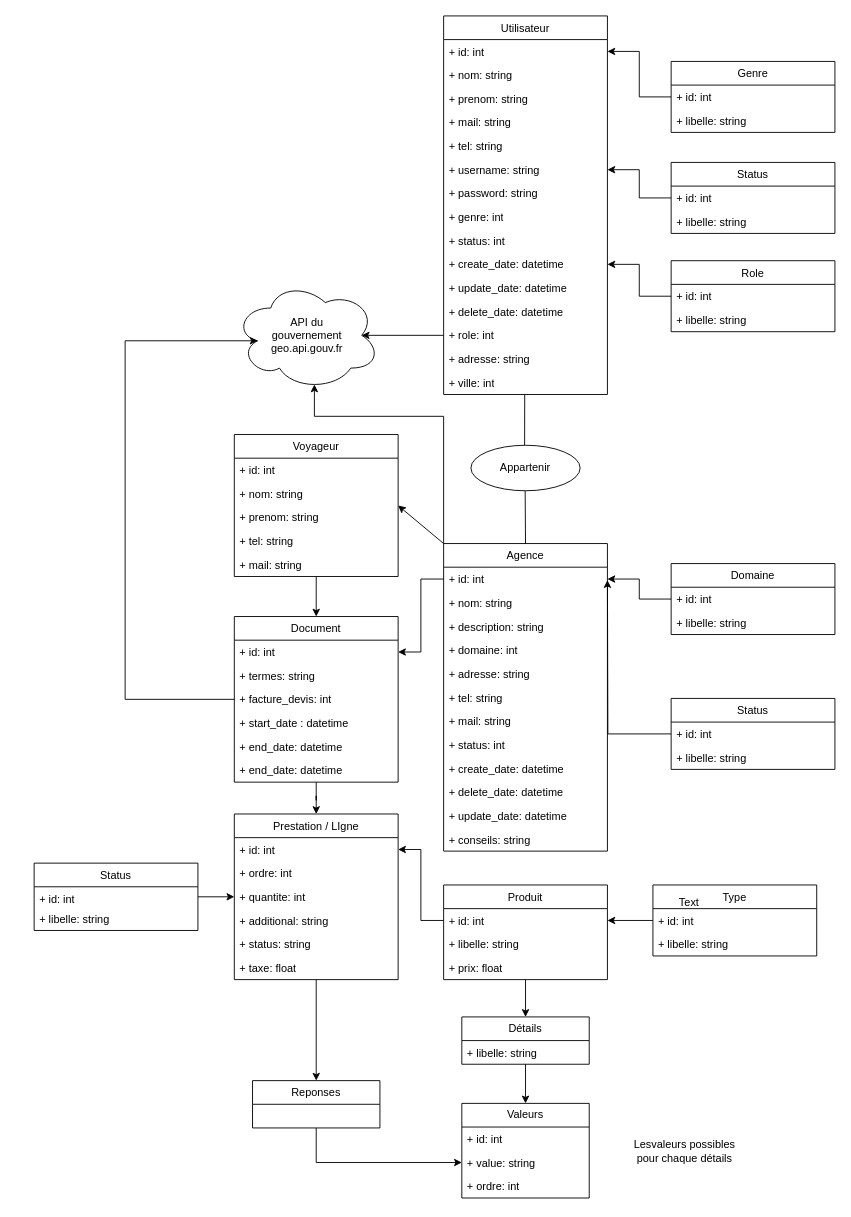
Above: page "Schéma de BDD (non normé tkt)" (1 of 3) of .docs/UML/DDC.drawio in RafaelCoppe/Challenge-S1-4iw2_rattrapage (draw.io), before the change. Source tidied: cells renumbered, new cells numbered last; positions are measured from the earlier drawing's top-left corner, leaving out a move shared by most shapes. Both pictures are drawn from the tidied source at 91%, with x=0, y=0 at pixel (34, 15).
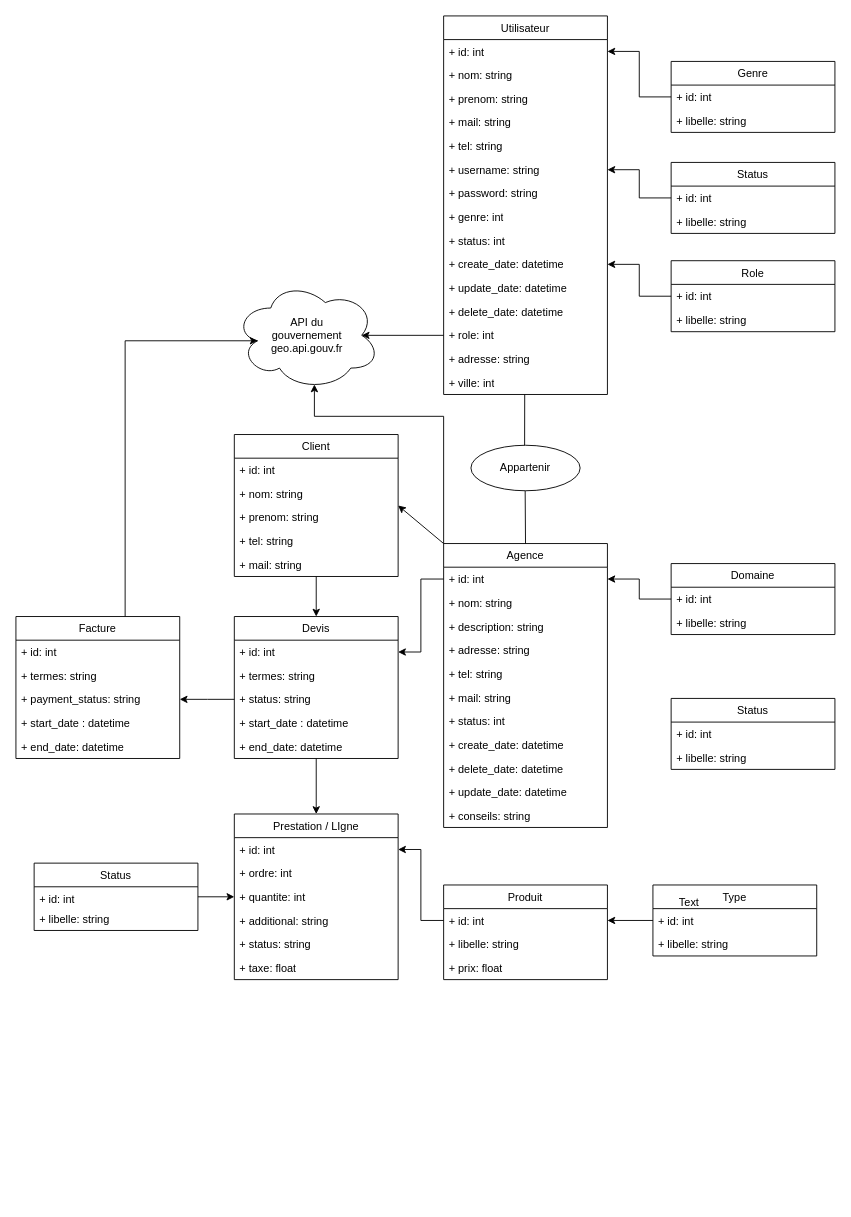
The same diagram, later.

Unchanged cells that the change refers to:
```xml
<mxCell id="61" value="Status" style="swimlane;fontStyle=0;horizontal=1;startSize=26;fillColor=none;" parent="1" vertex="1">
  <mxGeometry x="700" y="750" width="180" height="78" as="geometry" />
</mxCell>
<mxCell id="63" value="+ id: int" style="text;strokeColor=none;fillColor=none;align=left;verticalAlign=top;spacingLeft=4;spacingRight=4;overflow=hidden;points=[[0,0.5],[1,0.5]];portConstraint=eastwest;whiteSpace=wrap;html=1;" parent="61" vertex="1">
  <mxGeometry y="26" width="180" height="26" as="geometry" />
</mxCell>
<mxCell id="65" style="ellipse;shape=cloud;whiteSpace=wrap;html=1;" parent="1" vertex="1">
  <mxGeometry x="220" y="291" width="160" height="120" as="geometry" />
</mxCell>
<mxCell id="68" value="Prestation / LIgne" style="swimlane;fontStyle=0;horizontal=1;startSize=26;fillColor=none;" parent="1" vertex="1">
  <mxGeometry x="220" y="877" width="180" height="182" as="geometry" />
</mxCell>
<mxCell id="87" value="Produit" style="swimlane;fontStyle=0;horizontal=1;startSize=26;fillColor=none;" parent="1" vertex="1">
  <mxGeometry x="450" y="955" width="180" height="104" as="geometry" />
</mxCell>
```

The edit, as a diff of the source:
```diff
@@
     <mxCell id="2" value="Agence" style="swimlane;fontStyle=0;horizontal=1;startSize=26;fillColor=none;" parent="1" vertex="1">
-      <mxGeometry x="450" y="579.8" width="180" height="338" as="geometry" />
+      <mxGeometry x="450" y="579.8" width="180" height="312" as="geometry" />
     </mxCell>
@@
-    <mxCell id="6" value="&lt;div&gt;+ domaine: int&lt;/div&gt;&lt;div&gt;&lt;br&gt;&lt;/div&gt;" style="text;strokeColor=none;fillColor=none;align=left;verticalAlign=top;spacingLeft=4;spacingRight=4;overflow=hidden;whiteSpace=wrap;html=1;" parent="2" vertex="1">
-      <mxGeometry y="104" width="180" height="26" as="geometry" />
-    </mxCell>
     <mxCell id="7" value="&lt;div&gt;+ adresse: string&lt;/div&gt;&lt;div&gt;&lt;br&gt;&lt;/div&gt;" style="text;strokeColor=none;fillColor=none;align=left;verticalAlign=top;spacingLeft=4;spacingRight=4;overflow=hidden;whiteSpace=wrap;html=1;" parent="2" vertex="1">
-      <mxGeometry y="130" width="180" height="26" as="geometry" />
+      <mxGeometry y="104" width="180" height="26" as="geometry" />
     </mxCell>
     <mxCell id="8" value="&lt;div&gt;+ tel: string&lt;/div&gt;&lt;div&gt;&lt;br&gt;&lt;/div&gt;" style="text;strokeColor=none;fillColor=none;align=left;verticalAlign=top;spacingLeft=4;spacingRight=4;overflow=hidden;whiteSpace=wrap;html=1;" parent="2" vertex="1">
-      <mxGeometry y="156" width="180" height="26" as="geometry" />
+      <mxGeometry y="130" width="180" height="26" as="geometry" />
     </mxCell>
     <mxCell id="9" value="&lt;div&gt;+ mail: string&lt;/div&gt;&lt;div&gt;&lt;br&gt;&lt;/div&gt;" style="text;strokeColor=none;fillColor=none;align=left;verticalAlign=top;spacingLeft=4;spacingRight=4;overflow=hidden;whiteSpace=wrap;html=1;" parent="2" vertex="1">
-      <mxGeometry y="182" width="180" height="26" as="geometry" />
+      <mxGeometry y="156" width="180" height="26" as="geometry" />
     </mxCell>
     <mxCell id="10" value="&lt;div&gt;+ status: int&lt;/div&gt;&lt;div&gt;&lt;br&gt;&lt;/div&gt;" style="text;strokeColor=none;fillColor=none;align=left;verticalAlign=top;spacingLeft=4;spacingRight=4;overflow=hidden;whiteSpace=wrap;html=1;" parent="2" vertex="1">
-      <mxGeometry y="208" width="180" height="26" as="geometry" />
+      <mxGeometry y="182" width="180" height="26" as="geometry" />
     </mxCell>
     <mxCell id="11" value="+ create_date: datetime" style="text;strokeColor=none;fillColor=none;align=left;verticalAlign=top;spacingLeft=4;spacingRight=4;overflow=hidden;whiteSpace=wrap;html=1;" parent="2" vertex="1">
-      <mxGeometry y="234" width="180" height="26" as="geometry" />
+      <mxGeometry y="208" width="180" height="26" as="geometry" />
     </mxCell>
     <mxCell id="12" value="+ delete_date: datetime" style="text;strokeColor=none;fillColor=none;align=left;verticalAlign=top;spacingLeft=4;spacingRight=4;overflow=hidden;whiteSpace=wrap;html=1;" parent="2" vertex="1">
-      <mxGeometry y="260" width="180" height="26" as="geometry" />
+      <mxGeometry y="234" width="180" height="26" as="geometry" />
     </mxCell>
     <mxCell id="13" value="+ update_date: datetime" style="text;strokeColor=none;fillColor=none;align=left;verticalAlign=top;spacingLeft=4;spacingRight=4;overflow=hidden;whiteSpace=wrap;html=1;" parent="2" vertex="1">
-      <mxGeometry y="286" width="180" height="26" as="geometry" />
+      <mxGeometry y="260" width="180" height="26" as="geometry" />
     </mxCell>
     <mxCell id="14" value="+ conseils: string" style="text;strokeColor=none;fillColor=none;align=left;verticalAlign=top;spacingLeft=4;spacingRight=4;overflow=hidden;whiteSpace=wrap;html=1;" parent="2" vertex="1">
-      <mxGeometry y="312" width="180" height="26" as="geometry" />
+      <mxGeometry y="286" width="180" height="26" as="geometry" />
     </mxCell>
@@
-    <mxCell id="16" value="Document" style="swimlane;fontStyle=0;horizontal=1;startSize=26;fillColor=none;" parent="1" vertex="1">
-      <mxGeometry x="220" y="660" width="180" height="182" as="geometry" />
+    <mxCell id="16" value="Devis" style="swimlane;fontStyle=0;horizontal=1;startSize=26;fillColor=none;" parent="1" vertex="1">
+      <mxGeometry x="220" y="660" width="180" height="156" as="geometry" />
     </mxCell>
@@
-    <mxCell id="19" value="&lt;div&gt;+ facture_devis: int&lt;br&gt;&lt;/div&gt;&lt;div&gt;&lt;br&gt;&lt;/div&gt;" style="text;strokeColor=none;fillColor=none;align=left;verticalAlign=top;spacingLeft=4;spacingRight=4;overflow=hidden;points=[[0,0.5],[1,0.5]];portConstraint=eastwest;whiteSpace=wrap;html=1;" parent="16" vertex="1">
+    <mxCell id="19" value="&lt;div&gt;+ status: string&lt;/div&gt;" style="text;strokeColor=none;fillColor=none;align=left;verticalAlign=top;spacingLeft=4;spacingRight=4;overflow=hidden;points=[[0,0.5],[1,0.5]];portConstraint=eastwest;whiteSpace=wrap;html=1;" parent="16" vertex="1">
       <mxGeometry y="78" width="180" height="26" as="geometry" />
     </mxCell>
@@
-    <mxCell id="22" value="&lt;div&gt;+ end_date: datetime&lt;br&gt;&lt;/div&gt;&lt;div&gt;&lt;br&gt;&lt;/div&gt;" style="text;strokeColor=none;fillColor=none;align=left;verticalAlign=top;spacingLeft=4;spacingRight=4;overflow=hidden;whiteSpace=wrap;html=1;" parent="16" vertex="1">
-      <mxGeometry y="156" width="180" height="26" as="geometry" />
-    </mxCell>
@@
-    <mxCell id="24" value="Voyageur" style="swimlane;fontStyle=0;horizontal=1;startSize=26;fillColor=none;" parent="1" vertex="1">
+    <mxCell id="24" value="Client" style="swimlane;fontStyle=0;horizontal=1;startSize=26;fillColor=none;" parent="1" vertex="1">
       <mxGeometry x="220" y="460" width="180" height="156" as="geometry" />
     </mxCell>
@@
-    <mxCell id="62" style="edgeStyle=orthogonalEdgeStyle;rounded=0;jettySize=auto;html=1;exitX=0;exitY=0.5;exitDx=0;exitDy=0;" parent="61" edge="1" source="63">
-      <mxGeometry relative="1" as="geometry">
-        <mxPoint x="-70" y="-130" as="targetPoint" />
-      </mxGeometry>
-    </mxCell>
@@
-    <mxCell id="67" style="edgeStyle=orthogonalEdgeStyle;rounded=0;jettySize=auto;html=1;exitX=0.5;exitY=1;exitDx=0;exitDy=0;entryX=0.5;entryY=0;entryDx=0;entryDy=0;" parent="1" edge="1" source="68" target="106">
-      <mxGeometry relative="1" as="geometry" />
-    </mxCell>
@@
-    <mxCell id="97" style="edgeStyle=orthogonalEdgeStyle;rounded=0;jettySize=auto;html=1;exitX=0.5;exitY=1;exitDx=0;exitDy=0;entryX=0.5;entryY=0;entryDx=0;entryDy=0;" parent="1" edge="1" source="98" target="101">
-      <mxGeometry relative="1" as="geometry" />
-    </mxCell>
-    <mxCell id="98" value="Détails" style="swimlane;fontStyle=0;horizontal=1;startSize=26;fillColor=none;whiteSpace=wrap;html=1;" parent="1" vertex="1">
-      <mxGeometry x="470" y="1100" width="140" height="52" as="geometry" />
-    </mxCell>
-    <mxCell id="99" value="+ libelle: string" style="text;strokeColor=none;fillColor=none;align=left;verticalAlign=top;spacingLeft=4;spacingRight=4;overflow=hidden;whiteSpace=wrap;html=1;" parent="98" vertex="1">
-      <mxGeometry y="26" width="140" height="26" as="geometry" />
-    </mxCell>
-    <mxCell id="100" style="endArrow=classic;html=1;rounded=0;entryX=0.5;entryY=0;entryDx=0;entryDy=0;exitX=0.5;exitY=1;exitDx=0;exitDy=0;" parent="1" edge="1" source="87" target="98">
-      <mxGeometry relative="1" as="geometry" />
-    </mxCell>
-    <mxCell id="101" value="Valeurs" style="swimlane;fontStyle=0;horizontal=1;startSize=26;fillColor=none;whiteSpace=wrap;html=1;" parent="1" vertex="1">
-      <mxGeometry x="470" y="1195" width="140" height="104" as="geometry" />
-    </mxCell>
-    <mxCell id="102" value="+ id: int" style="text;strokeColor=none;fillColor=none;align=left;verticalAlign=top;spacingLeft=4;spacingRight=4;overflow=hidden;whiteSpace=wrap;html=1;" parent="101" vertex="1">
-      <mxGeometry y="26" width="140" height="26" as="geometry" />
-    </mxCell>
-    <mxCell id="103" value="+ value: string" style="text;strokeColor=none;fillColor=none;align=left;verticalAlign=top;spacingLeft=4;spacingRight=4;overflow=hidden;points=[[0,0.5],[1,0.5]];portConstraint=eastwest;whiteSpace=wrap;html=1;" parent="101" vertex="1">
-      <mxGeometry y="52" width="140" height="26" as="geometry" />
-    </mxCell>
-    <mxCell id="104" value="+ ordre: int" style="text;strokeColor=none;fillColor=none;align=left;verticalAlign=top;spacingLeft=4;spacingRight=4;overflow=hidden;whiteSpace=wrap;html=1;" parent="101" vertex="1">
-      <mxGeometry y="78" width="140" height="26" as="geometry" />
-    </mxCell>
-    <mxCell id="105" style="edgeStyle=orthogonalEdgeStyle;rounded=0;jettySize=auto;html=1;exitX=0.5;exitY=1;exitDx=0;exitDy=0;entryX=0;entryY=0.5;entryDx=0;entryDy=0;" parent="1" edge="1" source="106" target="103">
-      <mxGeometry relative="1" as="geometry" />
-    </mxCell>
-    <mxCell id="106" value="Reponses" style="swimlane;fontStyle=0;horizontal=1;startSize=26;fillColor=none;whiteSpace=wrap;html=1;" parent="1" vertex="1">
-      <mxGeometry x="240" y="1170" width="140" height="52" as="geometry" />
-    </mxCell>
-    <mxCell id="107" style="edgeStyle=orthogonalEdgeStyle;rounded=0;jettySize=auto;html=1;exitX=0;exitY=0.5;exitDx=0;exitDy=0;entryX=0.16;entryY=0.55;entryDx=0;entryDy=0;entryPerimeter=0;" parent="1" edge="1" source="19" target="65">
+    <mxCell id="107" style="edgeStyle=orthogonalEdgeStyle;rounded=0;jettySize=auto;html=1;entryX=0.16;entryY=0.55;entryDx=0;entryDy=0;entryPerimeter=0;" parent="1" edge="1" source="110" target="65">
       <mxGeometry relative="1" as="geometry">
         <Array as="points">
-          <mxPoint x="100" y="751" />
           <mxPoint x="100" y="357" />
         </Array>
       </mxGeometry>
     </mxCell>
@@
-    <mxCell id="109" value="Lesvaleurs possibles pour chaque détails" style="text;html=1;strokeColor=none;fillColor=none;align=center;verticalAlign=middle;whiteSpace=wrap;rounded=0;" parent="1" vertex="1">
-      <mxGeometry x="650" y="1195" width="130" height="105" as="geometry" />
-    </mxCell>
+    <mxCell id="110" value="Facture" style="swimlane;fontStyle=0;horizontal=1;startSize=26;fillColor=none;" parent="1" vertex="1">
+      <mxGeometry x="-20" y="660" width="180" height="156" as="geometry" />
+    </mxCell>
+    <mxCell id="102" value="&lt;div&gt;+ id: int&amp;nbsp;&amp;nbsp; &lt;br&gt;&lt;/div&gt;&lt;div&gt;&lt;br&gt;&lt;/div&gt;" style="text;strokeColor=none;fillColor=none;align=left;verticalAlign=top;spacingLeft=4;spacingRight=4;overflow=hidden;whiteSpace=wrap;html=1;" parent="110" vertex="1">
+      <mxGeometry y="26" width="180" height="26" as="geometry" />
+    </mxCell>
+    <mxCell id="111" value="&lt;div&gt;+ termes: string&lt;br&gt;&lt;/div&gt;&lt;div&gt;&lt;br&gt;&lt;/div&gt;" style="text;strokeColor=none;fillColor=none;align=left;verticalAlign=top;spacingLeft=4;spacingRight=4;overflow=hidden;whiteSpace=wrap;html=1;" parent="110" vertex="1">
+      <mxGeometry y="52" width="180" height="26" as="geometry" />
+    </mxCell>
+    <mxCell id="112" value="&lt;div&gt;+ payment_status: string&lt;/div&gt;" style="text;strokeColor=none;fillColor=none;align=left;verticalAlign=top;spacingLeft=4;spacingRight=4;overflow=hidden;whiteSpace=wrap;html=1;" parent="110" vertex="1">
+      <mxGeometry y="78" width="180" height="26" as="geometry" />
+    </mxCell>
+    <mxCell id="113" value="&lt;div&gt;+ start_date : datetime&lt;br&gt;&lt;/div&gt;&lt;div&gt;&lt;br&gt;&lt;/div&gt;" style="text;strokeColor=none;fillColor=none;align=left;verticalAlign=top;spacingLeft=4;spacingRight=4;overflow=hidden;whiteSpace=wrap;html=1;" parent="110" vertex="1">
+      <mxGeometry y="104" width="180" height="26" as="geometry" />
+    </mxCell>
+    <mxCell id="22" value="&lt;div&gt;+ end_date: datetime&lt;br&gt;&lt;/div&gt;&lt;div&gt;&lt;br&gt;&lt;/div&gt;" style="text;strokeColor=none;fillColor=none;align=left;verticalAlign=top;spacingLeft=4;spacingRight=4;overflow=hidden;whiteSpace=wrap;html=1;" parent="110" vertex="1">
+      <mxGeometry y="130" width="180" height="26" as="geometry" />
+    </mxCell>
+    <mxCell id="114" style="edgeStyle=orthogonalEdgeStyle;rounded=0;jettySize=auto;html=1;exitX=0;exitY=0.5;exitDx=0;exitDy=0;" parent="1" edge="1" source="19">
+      <mxGeometry relative="1" as="geometry">
+        <mxPoint x="160" y="751" as="targetPoint" />
+      </mxGeometry>
+    </mxCell>
```
